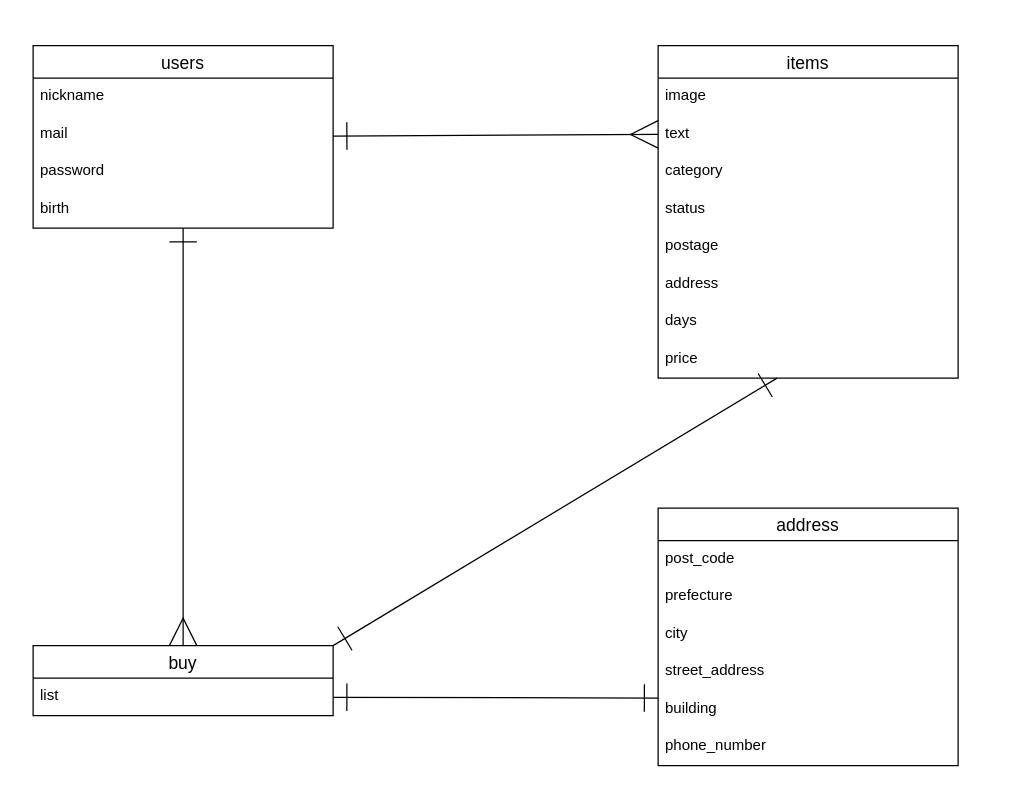
This is ER.dio from aiueo818/furima-40136, a draw.io file, before an edit. Source tidied: cells renumbered, new cells numbered last; positions are measured from the earlier drawing's top-left corner, leaving out a move shared by most shapes. Both pictures are drawn from the tidied source at 125%, with x=0, y=0 at pixel (32, 45).
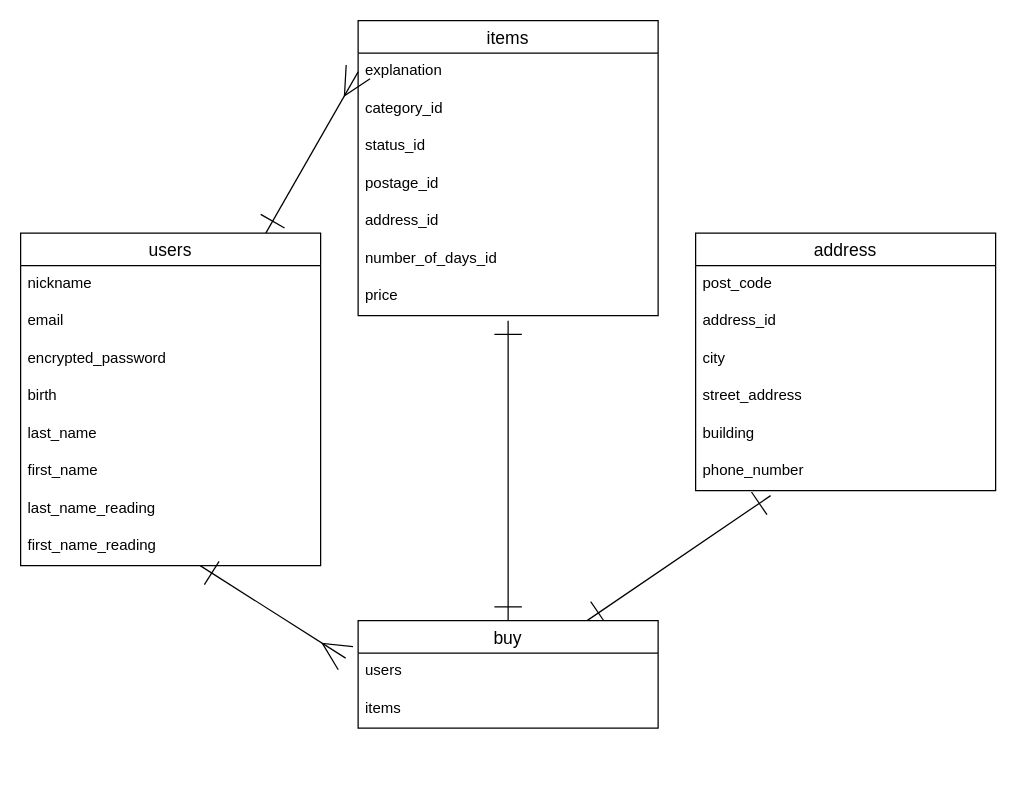
The same diagram, later.

Commit message (it also covers changes not shown here):
db設計の修正

# What
レビュー依頼でいただいた修正箇所を修正。ER図の再作成。

# Why
正しくデータベース設計をするため

Unchanged cells that the change refers to:
```xml
<mxCell id="25" value="building" style="text;strokeColor=none;fillColor=none;spacingLeft=4;spacingRight=4;overflow=hidden;points=[[0,0.5],[1,0.5]];portConstraint=eastwest;fontSize=12;" parent="20" vertex="1">
  <mxGeometry y="146" width="240" height="30" as="geometry" />
</mxCell>
```

The edit, as a diff of the source:
```diff
@@
-    <mxCell id="2" style="edgeStyle=none;html=1;entryX=0;entryY=0.5;entryDx=0;entryDy=0;startArrow=ERone;startFill=0;endArrow=ERmany;endFill=0;targetPerimeterSpacing=0;endSize=20;startSize=20;" parent="1" edge="1" source="4" target="11">
+    <mxCell id="2" style="edgeStyle=none;html=1;entryX=0;entryY=0.5;entryDx=0;entryDy=0;startArrow=ERone;startFill=0;endArrow=ERmany;endFill=0;startSize=20;endSize=20;targetPerimeterSpacing=0;" parent="1" edge="1" source="4" target="11">
       <mxGeometry relative="1" as="geometry" />
     </mxCell>
-    <mxCell id="3" style="edgeStyle=none;html=1;entryX=0.5;entryY=0;entryDx=0;entryDy=0;startArrow=ERone;startFill=0;endArrow=ERmany;endFill=0;startSize=20;endSize=20;targetPerimeterSpacing=0;" parent="1" edge="1" source="4" target="18">
-      <mxGeometry relative="1" as="geometry" />
-    </mxCell>
     <mxCell id="4" value="users" style="swimlane;fontStyle=0;horizontal=1;startSize=26;align=center;fontSize=14;" parent="1" vertex="1">
-      <mxGeometry width="240" height="146" as="geometry" />
+      <mxGeometry x="-10" y="150" width="240" height="266" as="geometry" />
     </mxCell>
@@
-    <mxCell id="6" value="mail" style="text;strokeColor=none;fillColor=none;spacingLeft=4;spacingRight=4;overflow=hidden;fontSize=12;" parent="4" vertex="1">
+    <mxCell id="6" value="email" style="text;strokeColor=none;fillColor=none;spacingLeft=4;spacingRight=4;overflow=hidden;fontSize=12;" parent="4" vertex="1">
       <mxGeometry y="56" width="240" height="30" as="geometry" />
     </mxCell>
-    <mxCell id="7" value="password" style="text;strokeColor=none;fillColor=none;spacingLeft=4;spacingRight=4;overflow=hidden;fontSize=12;" parent="4" vertex="1">
+    <mxCell id="7" value="encrypted_password" style="text;strokeColor=none;fillColor=none;spacingLeft=4;spacingRight=4;overflow=hidden;fontSize=12;" parent="4" vertex="1">
       <mxGeometry y="86" width="240" height="30" as="geometry" />
     </mxCell>
@@
+    <mxCell id="29" value="last_name" style="text;strokeColor=none;fillColor=none;spacingLeft=4;spacingRight=4;overflow=hidden;fontSize=12;" parent="4" vertex="1">
+      <mxGeometry y="146" width="240" height="30" as="geometry" />
+    </mxCell>
+    <mxCell id="30" value="first_name" style="text;strokeColor=none;fillColor=none;spacingLeft=4;spacingRight=4;overflow=hidden;fontSize=12;" parent="4" vertex="1">
+      <mxGeometry y="176" width="240" height="30" as="geometry" />
+    </mxCell>
+    <mxCell id="31" value="last_name_reading" style="text;strokeColor=none;fillColor=none;spacingLeft=4;spacingRight=4;overflow=hidden;fontSize=12;" parent="4" vertex="1">
+      <mxGeometry y="206" width="240" height="30" as="geometry" />
+    </mxCell>
+    <mxCell id="32" value="first_name_reading" style="text;strokeColor=none;fillColor=none;spacingLeft=4;spacingRight=4;overflow=hidden;points=[[0,0.5],[1,0.5]];portConstraint=eastwest;fontSize=12;" parent="4" vertex="1">
+      <mxGeometry y="236" width="240" height="30" as="geometry" />
+    </mxCell>
     <mxCell id="9" value="items" style="swimlane;fontStyle=0;horizontal=1;startSize=26;align=center;fontSize=14;" parent="1" vertex="1">
-      <mxGeometry x="500" width="240" height="266" as="geometry" />
+      <mxGeometry x="260" y="-20" width="240" height="236" as="geometry" />
     </mxCell>
-    <mxCell id="10" value="image" style="text;strokeColor=none;fillColor=none;spacingLeft=4;spacingRight=4;overflow=hidden;fontSize=12;" parent="9" vertex="1">
-      <mxGeometry y="26" width="240" height="30" as="geometry" />
-    </mxCell>
-    <mxCell id="11" value="text" style="text;strokeColor=none;fillColor=none;spacingLeft=4;spacingRight=4;overflow=hidden;points=[[0,0.5],[1,0.5]];portConstraint=eastwest;fontSize=12;" parent="9" vertex="1">
-      <mxGeometry y="56" width="240" height="30" as="geometry" />
+    <mxCell id="11" value="explanation" style="text;strokeColor=none;fillColor=none;spacingLeft=4;spacingRight=4;overflow=hidden;points=[[0,0.5],[1,0.5]];portConstraint=eastwest;fontSize=12;" parent="9" vertex="1">
+      <mxGeometry y="26" width="240" height="30" as="geometry" />
     </mxCell>
-    <mxCell id="12" value="category" style="text;strokeColor=none;fillColor=none;spacingLeft=4;spacingRight=4;overflow=hidden;fontSize=12;" parent="9" vertex="1">
-      <mxGeometry y="86" width="240" height="30" as="geometry" />
+    <mxCell id="12" value="category_id" style="text;strokeColor=none;fillColor=none;spacingLeft=4;spacingRight=4;overflow=hidden;fontSize=12;" parent="9" vertex="1">
+      <mxGeometry y="56" width="240" height="30" as="geometry" />
     </mxCell>
-    <mxCell id="13" value="status" style="text;strokeColor=none;fillColor=none;spacingLeft=4;spacingRight=4;overflow=hidden;fontSize=12;" parent="9" vertex="1">
-      <mxGeometry y="116" width="240" height="30" as="geometry" />
+    <mxCell id="13" value="status_id" style="text;strokeColor=none;fillColor=none;spacingLeft=4;spacingRight=4;overflow=hidden;fontSize=12;" parent="9" vertex="1">
+      <mxGeometry y="86" width="240" height="30" as="geometry" />
     </mxCell>
-    <mxCell id="14" value="postage" style="text;strokeColor=none;fillColor=none;spacingLeft=4;spacingRight=4;overflow=hidden;fontSize=12;" parent="9" vertex="1">
-      <mxGeometry y="146" width="240" height="30" as="geometry" />
+    <mxCell id="14" value="postage_id" style="text;strokeColor=none;fillColor=none;spacingLeft=4;spacingRight=4;overflow=hidden;fontSize=12;" parent="9" vertex="1">
+      <mxGeometry y="116" width="240" height="30" as="geometry" />
     </mxCell>
-    <mxCell id="15" value="address" style="text;strokeColor=none;fillColor=none;spacingLeft=4;spacingRight=4;overflow=hidden;fontSize=12;" parent="9" vertex="1">
-      <mxGeometry y="176" width="240" height="30" as="geometry" />
+    <mxCell id="15" value="address_id" style="text;strokeColor=none;fillColor=none;spacingLeft=4;spacingRight=4;overflow=hidden;fontSize=12;" parent="9" vertex="1">
+      <mxGeometry y="146" width="240" height="30" as="geometry" />
     </mxCell>
-    <mxCell id="16" value="days" style="text;strokeColor=none;fillColor=none;spacingLeft=4;spacingRight=4;overflow=hidden;fontSize=12;" parent="9" vertex="1">
-      <mxGeometry y="206" width="240" height="30" as="geometry" />
+    <mxCell id="16" value="number_of_days_id" style="text;strokeColor=none;fillColor=none;spacingLeft=4;spacingRight=4;overflow=hidden;fontSize=12;" parent="9" vertex="1">
+      <mxGeometry y="176" width="240" height="30" as="geometry" />
     </mxCell>
     <mxCell id="17" value="price" style="text;strokeColor=none;fillColor=none;spacingLeft=4;spacingRight=4;overflow=hidden;points=[[0,0.5],[1,0.5]];portConstraint=eastwest;fontSize=12;" parent="9" vertex="1">
-      <mxGeometry y="236" width="240" height="30" as="geometry" />
+      <mxGeometry y="206" width="240" height="30" as="geometry" />
     </mxCell>
+    <mxCell id="33" style="edgeStyle=none;html=1;startArrow=ERone;startFill=0;endArrow=ERone;endFill=0;startSize=20;endSize=20;targetPerimeterSpacing=0;" parent="1" edge="1" source="18">
+      <mxGeometry relative="1" as="geometry">
+        <mxPoint x="380" y="220" as="targetPoint" />
+      </mxGeometry>
+    </mxCell>
+    <mxCell id="34" style="edgeStyle=none;html=1;startArrow=ERone;startFill=0;endArrow=ERone;endFill=0;startSize=20;endSize=20;targetPerimeterSpacing=0;" parent="1" edge="1" source="18">
+      <mxGeometry relative="1" as="geometry">
+        <mxPoint x="590" y="360" as="targetPoint" />
+      </mxGeometry>
+    </mxCell>
     <mxCell id="18" value="buy" style="swimlane;fontStyle=0;horizontal=1;startSize=26;align=center;fontSize=14;" parent="1" vertex="1">
-      <mxGeometry y="480" width="240" height="56" as="geometry" />
+      <mxGeometry x="260" y="460" width="240" height="86" as="geometry" />
     </mxCell>
+    <mxCell id="35" style="edgeStyle=none;html=1;startArrow=ERone;startFill=0;endArrow=ERone;endFill=0;startSize=20;endSize=20;targetPerimeterSpacing=0;" parent="18" edge="1" source="19" target="36">
+      <mxGeometry relative="1" as="geometry" />
+    </mxCell>
-    <mxCell id="19" value="list" style="text;strokeColor=none;fillColor=none;spacingLeft=4;spacingRight=4;overflow=hidden;points=[[0,0.5],[1,0.5]];portConstraint=eastwest;fontSize=12;" parent="18" vertex="1">
+    <mxCell id="19" value="users" style="text;strokeColor=none;fillColor=none;spacingLeft=4;spacingRight=4;overflow=hidden;points=[[0,0.5],[1,0.5]];portConstraint=eastwest;fontSize=12;" parent="18" vertex="1">
       <mxGeometry y="26" width="240" height="30" as="geometry" />
     </mxCell>
+    <mxCell id="36" value="items" style="text;strokeColor=none;fillColor=none;spacingLeft=4;spacingRight=4;overflow=hidden;points=[[0,0.5],[1,0.5]];portConstraint=eastwest;fontSize=12;" parent="18" vertex="1">
+      <mxGeometry y="56" width="240" height="30" as="geometry" />
+    </mxCell>
     <mxCell id="20" value="address" style="swimlane;fontStyle=0;horizontal=1;startSize=26;align=center;fontSize=14;" parent="1" vertex="1">
-      <mxGeometry x="500" y="370" width="240" height="206" as="geometry" />
+      <mxGeometry x="530" y="150" width="240" height="206" as="geometry" />
     </mxCell>
@@
-    <mxCell id="22" value="prefecture" style="text;strokeColor=none;fillColor=none;spacingLeft=4;spacingRight=4;overflow=hidden;fontSize=12;" parent="20" vertex="1">
+    <mxCell id="22" value="address_id" style="text;strokeColor=none;fillColor=none;spacingLeft=4;spacingRight=4;overflow=hidden;fontSize=12;" parent="20" vertex="1">
       <mxGeometry y="56" width="240" height="30" as="geometry" />
     </mxCell>
@@
-    <mxCell id="27" style="edgeStyle=none;html=1;entryX=0;entryY=0.2;entryDx=0;entryDy=0;entryPerimeter=0;startArrow=ERone;startFill=0;endArrow=ERone;endFill=0;startSize=20;endSize=20;targetPerimeterSpacing=0;" parent="1" edge="1" source="19" target="25">
-      <mxGeometry relative="1" as="geometry" />
-    </mxCell>
-    <mxCell id="28" style="edgeStyle=none;html=1;entryX=1;entryY=0;entryDx=0;entryDy=0;startArrow=ERone;startFill=0;endArrow=ERone;endFill=0;startSize=20;endSize=20;targetPerimeterSpacing=0;" parent="1" edge="1" source="17" target="18">
-      <mxGeometry relative="1" as="geometry" />
-    </mxCell>
+    <mxCell id="37" style="edgeStyle=none;html=1;startArrow=ERone;startFill=0;endArrow=ERmany;endFill=0;startSize=20;endSize=20;targetPerimeterSpacing=0;" parent="1" edge="1" source="32">
+      <mxGeometry relative="1" as="geometry">
+        <mxPoint x="250" y="490" as="targetPoint" />
+      </mxGeometry>
+    </mxCell>
```
